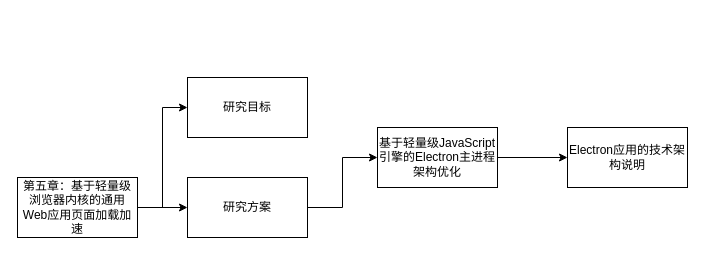
The draw.io diagram 未命名绘图.drawio in yuhaishenedc/drawio, before the edit. Source tidied: cells renumbered, new cells numbered last; positions are measured from the earlier drawing's top-left corner, leaving out a move shared by most shapes. Both pictures are drawn from the tidied source at 100%, with x=0, y=0 at pixel (17, 77).
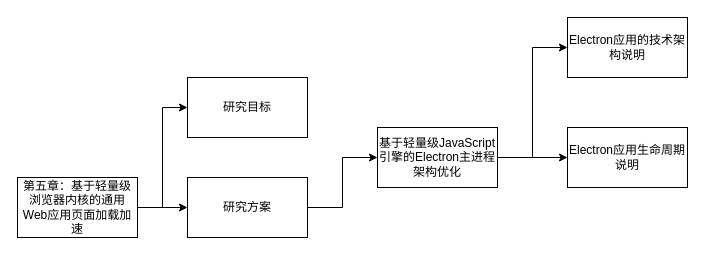
The same diagram, later.

Commit message:
增加electron应用生命周期.drawio

Change to the diagram source:
```diff
@@
 <mxGraphModel>
   <root>
     <mxCell id="0" />
     <mxCell id="1" parent="0" />
     <mxCell id="2" style="edgeStyle=orthogonalEdgeStyle;rounded=0;jettySize=auto;html=1;exitX=1;exitY=0.5;exitDx=0;exitDy=0;" parent="1" edge="1" source="4" target="7">
       <mxGeometry relative="1" as="geometry" />
     </mxCell>
     <mxCell id="3" style="edgeStyle=orthogonalEdgeStyle;rounded=0;jettySize=auto;html=1;exitX=1;exitY=0.5;exitDx=0;exitDy=0;entryX=0;entryY=0.5;entryDx=0;entryDy=0;" parent="1" edge="1" source="4" target="5">
       <mxGeometry relative="1" as="geometry" />
     </mxCell>
     <mxCell id="4" value="第五章：基于轻量级浏览器内核的通用Web应用页面加载加速" style="rounded=0;whiteSpace=wrap;html=1;" parent="1" vertex="1">
       <mxGeometry y="100" width="120" height="60" as="geometry" />
     </mxCell>
     <mxCell id="5" value="研究目标" style="rounded=0;whiteSpace=wrap;html=1;" parent="1" vertex="1">
       <mxGeometry x="170" width="120" height="60" as="geometry" />
     </mxCell>
     <mxCell id="6" style="edgeStyle=orthogonalEdgeStyle;rounded=0;jettySize=auto;html=1;exitX=1;exitY=0.5;exitDx=0;exitDy=0;entryX=0;entryY=0.5;entryDx=0;entryDy=0;" parent="1" edge="1" source="7" target="9">
       <mxGeometry relative="1" as="geometry" />
     </mxCell>
     <mxCell id="7" value="研究方案" style="rounded=0;whiteSpace=wrap;html=1;" parent="1" vertex="1">
       <mxGeometry x="170" y="100" width="120" height="60" as="geometry" />
     </mxCell>
     <mxCell id="8" style="edgeStyle=orthogonalEdgeStyle;rounded=0;jettySize=auto;html=1;exitX=1;exitY=0.5;exitDx=0;exitDy=0;entryX=0;entryY=0.5;entryDx=0;entryDy=0;" parent="1" edge="1" source="9" target="10">
       <mxGeometry relative="1" as="geometry" />
     </mxCell>
+    <mxCell id="11" style="edgeStyle=orthogonalEdgeStyle;rounded=0;jettySize=auto;html=1;entryX=0;entryY=0.5;entryDx=0;entryDy=0;" parent="1" edge="1" source="9" target="12">
+      <mxGeometry relative="1" as="geometry" />
+    </mxCell>
     <mxCell id="9" value="基于轻量级JavaScript引擎的Electron主进程架构优化" style="rounded=0;whiteSpace=wrap;html=1;" parent="1" vertex="1">
       <mxGeometry x="360" y="50" width="120" height="60" as="geometry" />
     </mxCell>
     <mxCell id="10" value="Electron应用的技术架构说明" style="rounded=0;whiteSpace=wrap;html=1;" parent="1" vertex="1">
-      <mxGeometry x="550" y="50" width="120" height="60" as="geometry" />
+      <mxGeometry x="550" y="-60" width="120" height="60" as="geometry" />
     </mxCell>
+    <mxCell id="12" value="Electron应用生命周期说明" style="rounded=0;whiteSpace=wrap;html=1;" parent="1" vertex="1">
+      <mxGeometry x="550" y="50" width="120" height="60" as="geometry" />
+    </mxCell>
   </root>
 </mxGraphModel>
```
